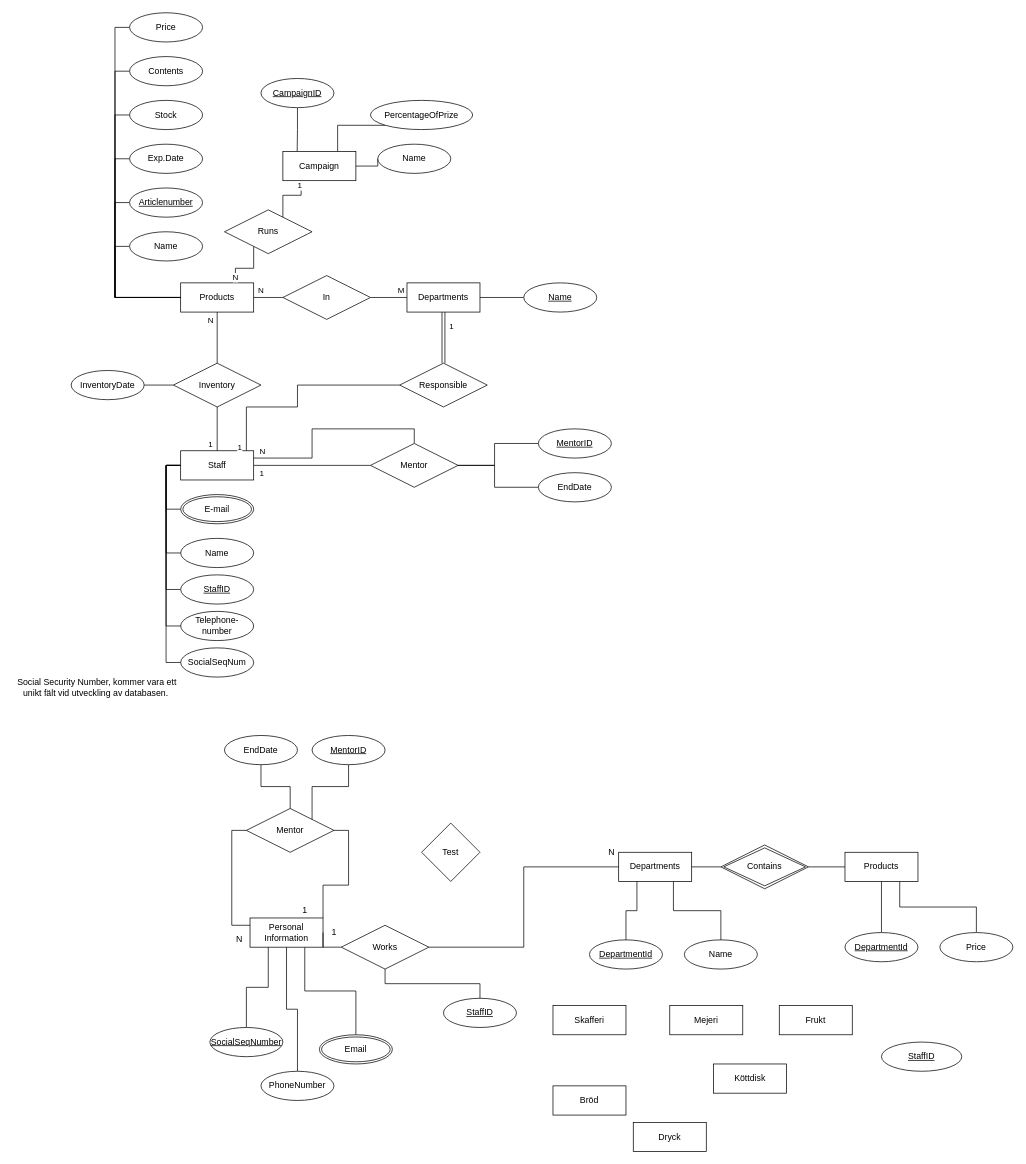
A-Lord/G5ERDIAG keeps this draw.io diagram as sojas.drawio. Above is the earlier version. Source tidied: cells renumbered, new cells numbered last; positions are measured from the earlier drawing's top-left corner, leaving out a move shared by most shapes. Both pictures are drawn from the tidied source at 73%, with x=0, y=0 at pixel (12, 12).
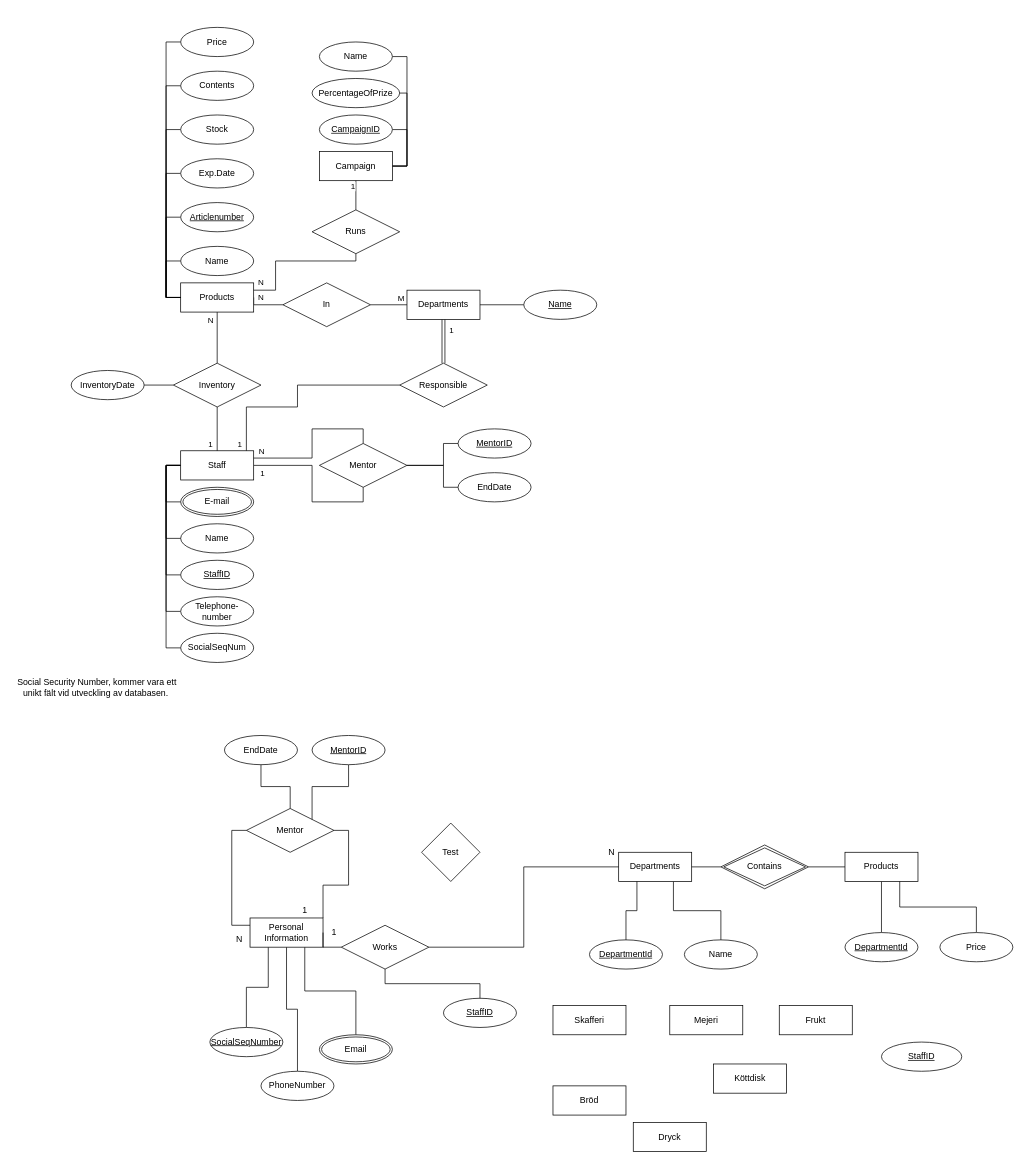
After the change.

Unchanged cells that the change refers to:
```xml
<mxCell id="54" value="Staff" style="whiteSpace=wrap;html=1;align=center;" parent="1" vertex="1">
  <mxGeometry x="230" y="600" width="100" height="40" as="geometry" />
</mxCell>
<mxCell id="76" value="Products" style="whiteSpace=wrap;html=1;align=center;hachureGap=4;" parent="1" vertex="1">
  <mxGeometry x="230" y="370" width="100" height="40" as="geometry" />
</mxCell>
<mxCell id="82" style="edgeStyle=orthogonalEdgeStyle;rounded=0;jettySize=auto;html=1;exitX=0;exitY=0.5;exitDx=0;exitDy=0;endArrow=none;endFill=0;sourcePerimeterSpacing=8;targetPerimeterSpacing=8;" parent="1" edge="1" source="84">
  <mxGeometry relative="1" as="geometry">
    <mxPoint x="320" y="600" as="targetPoint" />
    <Array as="points">
      <mxPoint x="390" y="510" />
      <mxPoint x="390" y="540" />
      <mxPoint x="320" y="540" />
    </Array>
  </mxGeometry>
</mxCell>
```

What changed in the source:
```diff
@@
     <mxCell id="47" value="Name" style="ellipse;whiteSpace=wrap;html=1;align=center;" parent="1" vertex="1">
-      <mxGeometry x="230" y="720" width="100" height="40" as="geometry" />
+      <mxGeometry x="230" y="700" width="100" height="40" as="geometry" />
     </mxCell>
-    <mxCell id="48" style="edgeStyle=orthogonalEdgeStyle;rounded=0;jettySize=auto;html=1;exitX=1;exitY=0.5;exitDx=0;exitDy=0;entryX=0;entryY=0.5;entryDx=0;entryDy=0;endArrow=none;endFill=0;" parent="1" edge="1" source="54" target="60">
-      <mxGeometry relative="1" as="geometry" />
+    <mxCell id="48" style="edgeStyle=orthogonalEdgeStyle;rounded=0;jettySize=auto;html=1;exitX=1;exitY=0.5;exitDx=0;exitDy=0;entryX=0.5;entryY=1;entryDx=0;entryDy=0;endArrow=none;endFill=0;" parent="1" edge="1" source="54" target="60">
+      <mxGeometry relative="1" as="geometry">
+        <Array as="points">
+          <mxPoint x="410" y="620" />
+          <mxPoint x="410" y="670" />
+          <mxPoint x="480" y="670" />
+        </Array>
+      </mxGeometry>
     </mxCell>
     <mxCell id="49" value="1" style="edgeLabel;html=1;align=center;verticalAlign=middle;" parent="48" vertex="1">
       <mxGeometry x="-0.82" y="1" relative="1" as="geometry">
-        <mxPoint x="-4" y="11" as="offset" />
+        <mxPoint x="-9" y="11" as="offset" />
       </mxGeometry>
     </mxCell>
     <mxCell id="50" style="edgeStyle=orthogonalEdgeStyle;rounded=0;jettySize=auto;html=1;entryX=0;entryY=0.5;entryDx=0;entryDy=0;endArrow=none;endFill=0;" parent="1" edge="1" target="55">
       <mxGeometry relative="1" as="geometry">
         <mxPoint x="230" y="620" as="sourcePoint" />
         <Array as="points">
-          <mxPoint x="230" y="620" />
           <mxPoint x="210" y="620" />
-          <mxPoint x="210" y="790" />
+          <mxPoint x="210" y="770" />
         </Array>
       </mxGeometry>
     </mxCell>
     <mxCell id="51" style="edgeStyle=orthogonalEdgeStyle;rounded=0;jettySize=auto;html=1;exitX=0;exitY=0.5;exitDx=0;exitDy=0;entryX=0;entryY=0.5;entryDx=0;entryDy=0;endArrow=none;endFill=0;" parent="1" edge="1" source="54" target="47">
       <mxGeometry relative="1" as="geometry">
         <Array as="points">
           <mxPoint x="210" y="620" />
-          <mxPoint x="210" y="740" />
+          <mxPoint x="210" y="720" />
         </Array>
       </mxGeometry>
     </mxCell>
@@
-    <mxCell id="53" style="edgeStyle=orthogonalEdgeStyle;rounded=0;jettySize=auto;html=1;exitX=0;exitY=0.5;exitDx=0;exitDy=0;entryX=1;entryY=0.5;entryDx=0;entryDy=0;endArrow=none;endFill=0;" parent="1" edge="1" source="54" target="61">
+    <mxCell id="53" style="edgeStyle=orthogonalEdgeStyle;rounded=0;jettySize=auto;html=1;exitX=0;exitY=0.5;exitDx=0;exitDy=0;entryX=0;entryY=0.5;entryDx=0;entryDy=0;endArrow=none;endFill=0;" parent="1" edge="1" source="54" target="61">
       <mxGeometry relative="1" as="geometry">
         <Array as="points">
           <mxPoint x="210" y="620" />
-          <mxPoint x="210" y="840" />
+          <mxPoint x="210" y="820" />
         </Array>
       </mxGeometry>
     </mxCell>
@@
     <mxCell id="55" value="StaffID" style="ellipse;whiteSpace=wrap;html=1;align=center;fontStyle=4;" parent="1" vertex="1">
-      <mxGeometry x="230" y="770" width="100" height="40" as="geometry" />
+      <mxGeometry x="230" y="750" width="100" height="40" as="geometry" />
     </mxCell>
     <mxCell id="56" value="E-mail" style="ellipse;shape=doubleEllipse;margin=3;whiteSpace=wrap;html=1;align=center;" parent="1" vertex="1">
-      <mxGeometry x="230" y="660" width="100" height="40" as="geometry" />
+      <mxGeometry x="230" y="650" width="100" height="40" as="geometry" />
     </mxCell>
     <mxCell id="57" style="edgeStyle=orthogonalEdgeStyle;rounded=0;jettySize=auto;html=1;exitX=0.5;exitY=0;exitDx=0;exitDy=0;endArrow=none;endFill=0;entryX=1;entryY=0.25;entryDx=0;entryDy=0;" parent="1" edge="1" source="60" target="54">
       <mxGeometry relative="1" as="geometry">
         <Array as="points">
-          <mxPoint x="550" y="570" />
+          <mxPoint x="480" y="570" />
           <mxPoint x="410" y="570" />
           <mxPoint x="410" y="610" />
         </Array>
       </mxGeometry>
     </mxCell>
     <mxCell id="58" value="N" style="edgeLabel;html=1;align=center;verticalAlign=middle;" parent="57" vertex="1">
       <mxGeometry x="0.58" y="-1" relative="1" as="geometry">
-        <mxPoint x="-48" y="-9" as="offset" />
+        <mxPoint x="-34" y="-9" as="offset" />
       </mxGeometry>
     </mxCell>
     <mxCell id="59" style="edgeStyle=orthogonalEdgeStyle;rounded=0;jettySize=auto;html=1;exitX=1;exitY=0.5;exitDx=0;exitDy=0;entryX=0;entryY=0.5;entryDx=0;entryDy=0;endArrow=none;endFill=0;" parent="1" edge="1" source="60" target="62">
       <mxGeometry relative="1" as="geometry">
         <Array as="points">
-          <mxPoint x="660" y="620" />
-          <mxPoint x="660" y="590" />
+          <mxPoint x="590" y="620" />
+          <mxPoint x="590" y="590" />
         </Array>
       </mxGeometry>
     </mxCell>
     <mxCell id="60" value="Mentor" style="shape=rhombus;perimeter=rhombusPerimeter;whiteSpace=wrap;html=1;align=center;" parent="1" vertex="1">
-      <mxGeometry x="490" y="590" width="120" height="60" as="geometry" />
+      <mxGeometry x="420" y="590" width="120" height="60" as="geometry" />
     </mxCell>
     <mxCell id="61" value="Telephone-number" style="ellipse;whiteSpace=wrap;html=1;align=center;" parent="1" vertex="1">
-      <mxGeometry x="230" y="820" width="100" height="40" as="geometry" />
+      <mxGeometry x="230" y="800" width="100" height="40" as="geometry" />
     </mxCell>
     <mxCell id="62" value="MentorID" style="ellipse;whiteSpace=wrap;html=1;align=center;fontStyle=4;hachureGap=4;" parent="1" vertex="1">
-      <mxGeometry x="720" y="570" width="100" height="40" as="geometry" />
+      <mxGeometry x="610" y="570" width="100" height="40" as="geometry" />
     </mxCell>
     <mxCell id="63" style="edgeStyle=orthogonalEdgeStyle;rounded=0;jettySize=auto;html=1;exitX=0;exitY=0.5;exitDx=0;exitDy=0;entryX=1;entryY=0.5;entryDx=0;entryDy=0;endArrow=none;endFill=0;sourcePerimeterSpacing=8;targetPerimeterSpacing=8;" parent="1" edge="1" source="64" target="60">
       <mxGeometry relative="1" as="geometry">
         <Array as="points">
-          <mxPoint x="660" y="650" />
-          <mxPoint x="660" y="620" />
+          <mxPoint x="590" y="650" />
+          <mxPoint x="590" y="620" />
         </Array>
       </mxGeometry>
     </mxCell>
     <mxCell id="64" value="EndDate" style="ellipse;whiteSpace=wrap;html=1;align=center;hachureGap=4;" parent="1" vertex="1">
-      <mxGeometry x="720" y="630" width="100" height="40" as="geometry" />
+      <mxGeometry x="610" y="630" width="100" height="40" as="geometry" />
     </mxCell>
@@
     <mxCell id="69" value="Departments" style="whiteSpace=wrap;html=1;align=center;hachureGap=4;" parent="1" vertex="1">
-      <mxGeometry x="540" y="370" width="100" height="40" as="geometry" />
+      <mxGeometry x="540" y="380" width="100" height="40" as="geometry" />
     </mxCell>
-    <mxCell id="70" style="edgeStyle=orthogonalEdgeStyle;rounded=0;jettySize=auto;html=1;exitX=1;exitY=0.5;exitDx=0;exitDy=0;endArrow=none;endFill=0;entryX=0;entryY=0.5;entryDx=0;entryDy=0;" parent="1" edge="1" source="71" target="54">
+    <mxCell id="70" style="edgeStyle=orthogonalEdgeStyle;rounded=0;jettySize=auto;html=1;exitX=0;exitY=0.5;exitDx=0;exitDy=0;endArrow=none;endFill=0;entryX=0;entryY=0.5;entryDx=0;entryDy=0;" parent="1" edge="1" source="71" target="54">
       <mxGeometry relative="1" as="geometry">
         <Array as="points">
-          <mxPoint x="210" y="890" />
+          <mxPoint x="210" y="870" />
           <mxPoint x="210" y="620" />
         </Array>
       </mxGeometry>
     </mxCell>
     <mxCell id="71" value="SocialSeqNum" style="ellipse;whiteSpace=wrap;html=1;align=center;" parent="1" vertex="1">
-      <mxGeometry x="230" y="870" width="100" height="40" as="geometry" />
+      <mxGeometry x="230" y="850" width="100" height="40" as="geometry" />
     </mxCell>
@@
-    <mxCell id="74" value="N" style="edgeStyle=orthogonalEdgeStyle;rounded=0;jettySize=auto;html=1;exitX=1;exitY=0.5;exitDx=0;exitDy=0;entryX=0;entryY=0.5;entryDx=0;entryDy=0;endArrow=none;endFill=0;" parent="1" edge="1" source="76" target="86">
-      <mxGeometry x="-0.5" y="10" relative="1" as="geometry" />
+    <mxCell id="74" value="N" style="edgeStyle=orthogonalEdgeStyle;rounded=0;jettySize=auto;html=1;entryX=0;entryY=0.5;entryDx=0;entryDy=0;endArrow=none;endFill=0;exitX=1;exitY=0.5;exitDx=0;exitDy=0;" parent="1" edge="1" source="76" target="86">
+      <mxGeometry x="-0.2" y="10" relative="1" as="geometry">
+        <Array as="points">
+          <mxPoint x="330" y="400" />
+        </Array>
+      </mxGeometry>
     </mxCell>
@@
     <mxCell id="83" value="1" style="edgeLabel;html=1;align=center;verticalAlign=middle;" parent="82" vertex="1">
       <mxGeometry x="0.82" y="2" relative="1" as="geometry">
-        <mxPoint x="-12" y="22" as="offset" />
+        <mxPoint x="-12" y="18" as="offset" />
       </mxGeometry>
     </mxCell>
@@
     <mxCell id="85" value="Name" style="ellipse;whiteSpace=wrap;html=1;align=center;" parent="1" vertex="1">
-      <mxGeometry x="160" y="300" width="100" height="40" as="geometry" />
+      <mxGeometry x="230" y="320" width="100" height="40" as="geometry" />
     </mxCell>
     <mxCell id="86" value="In" style="shape=rhombus;perimeter=rhombusPerimeter;whiteSpace=wrap;html=1;align=center;" parent="1" vertex="1">
-      <mxGeometry x="370" y="360" width="120" height="60" as="geometry" />
+      <mxGeometry x="370" y="370" width="120" height="60" as="geometry" />
     </mxCell>
@@
     <mxCell id="89" value="Exp.Date" style="ellipse;whiteSpace=wrap;html=1;align=center;" parent="1" vertex="1">
-      <mxGeometry x="160" y="180" width="100" height="40" as="geometry" />
+      <mxGeometry x="230" y="200" width="100" height="40" as="geometry" />
     </mxCell>
@@
     <mxCell id="91" value="Name" style="ellipse;whiteSpace=wrap;html=1;align=center;fontStyle=4;" parent="1" vertex="1">
-      <mxGeometry x="700" y="370" width="100" height="40" as="geometry" />
+      <mxGeometry x="700" y="380" width="100" height="40" as="geometry" />
     </mxCell>
     <mxCell id="92" value="Articlenumber" style="ellipse;whiteSpace=wrap;html=1;align=center;fontStyle=4;" parent="1" vertex="1">
-      <mxGeometry x="160" y="240" width="100" height="40" as="geometry" />
+      <mxGeometry x="230" y="260" width="100" height="40" as="geometry" />
     </mxCell>
@@
     <mxCell id="94" value="Stock" style="ellipse;whiteSpace=wrap;html=1;align=center;" parent="1" vertex="1">
-      <mxGeometry x="160" y="120" width="100" height="40" as="geometry" />
+      <mxGeometry x="230" y="140" width="100" height="40" as="geometry" />
     </mxCell>
@@
     <mxCell id="96" value="Price" style="ellipse;whiteSpace=wrap;html=1;align=center;" parent="1" vertex="1">
-      <mxGeometry x="160" width="100" height="40" as="geometry" />
+      <mxGeometry x="230" y="20" width="100" height="40" as="geometry" />
     </mxCell>
@@
     <mxCell id="98" value="Contents" style="ellipse;whiteSpace=wrap;html=1;align=center;" parent="1" vertex="1">
-      <mxGeometry x="160" y="60" width="100" height="40" as="geometry" />
+      <mxGeometry x="230" y="80" width="100" height="40" as="geometry" />
     </mxCell>
-    <mxCell id="99" style="edgeStyle=orthogonalEdgeStyle;rounded=0;jettySize=auto;html=1;exitX=0.5;exitY=1;exitDx=0;exitDy=0;entryX=0.196;entryY=0;entryDx=0;entryDy=0;entryPerimeter=0;endArrow=none;endFill=0;sourcePerimeterSpacing=8;targetPerimeterSpacing=8;" parent="1" edge="1" source="108" target="102">
-      <mxGeometry relative="1" as="geometry" />
+    <mxCell id="99" style="edgeStyle=orthogonalEdgeStyle;rounded=0;jettySize=auto;html=1;exitX=1;exitY=0.5;exitDx=0;exitDy=0;entryX=1;entryY=0.5;entryDx=0;entryDy=0;endArrow=none;endFill=0;sourcePerimeterSpacing=8;targetPerimeterSpacing=8;" parent="1" edge="1" source="108" target="102">
+      <mxGeometry relative="1" as="geometry">
+        <Array as="points">
+          <mxPoint x="540" y="160" />
+          <mxPoint x="540" y="210" />
+        </Array>
+      </mxGeometry>
     </mxCell>
-    <mxCell id="100" value="N" style="edgeStyle=orthogonalEdgeStyle;rounded=0;jettySize=auto;html=1;exitX=0.25;exitY=1;exitDx=0;exitDy=0;entryX=0.75;entryY=0;entryDx=0;entryDy=0;endArrow=none;endFill=0;targetPerimeterSpacing=8;startArrow=none;" parent="1" edge="1" source="105" target="76">
-      <mxGeometry x="0.83" relative="1" as="geometry">
-        <mxPoint y="-1" as="offset" />
+    <mxCell id="100" value="N" style="edgeStyle=orthogonalEdgeStyle;rounded=0;jettySize=auto;html=1;exitX=0.5;exitY=1;exitDx=0;exitDy=0;entryX=1;entryY=0.25;entryDx=0;entryDy=0;endArrow=none;endFill=0;targetPerimeterSpacing=8;startArrow=none;" parent="1" edge="1" source="105" target="76">
+      <mxGeometry x="0.89" y="-10" relative="1" as="geometry">
+        <Array as="points">
+          <mxPoint x="470" y="340" />
+          <mxPoint x="360" y="340" />
+          <mxPoint x="360" y="380" />
+        </Array>
       </mxGeometry>
     </mxCell>
-    <mxCell id="101" style="edgeStyle=orthogonalEdgeStyle;rounded=0;jettySize=auto;html=1;exitX=1;exitY=0.5;exitDx=0;exitDy=0;entryX=0;entryY=0.5;entryDx=0;entryDy=0;endArrow=none;endFill=0;sourcePerimeterSpacing=8;targetPerimeterSpacing=8;" parent="1" edge="1" source="102" target="109">
-      <mxGeometry relative="1" as="geometry" />
+    <mxCell id="101" style="edgeStyle=orthogonalEdgeStyle;rounded=0;jettySize=auto;html=1;exitX=1;exitY=0.5;exitDx=0;exitDy=0;entryX=1;entryY=0.5;entryDx=0;entryDy=0;endArrow=none;endFill=0;sourcePerimeterSpacing=8;targetPerimeterSpacing=8;" parent="1" edge="1" source="102" target="109">
+      <mxGeometry relative="1" as="geometry">
+        <Array as="points">
+          <mxPoint x="540" y="210" />
+          <mxPoint x="540" y="60" />
+        </Array>
+      </mxGeometry>
     </mxCell>
     <mxCell id="102" value="Campaign" style="whiteSpace=wrap;html=1;align=center;hachureGap=4;" parent="1" vertex="1">
-      <mxGeometry x="370" y="190" width="100" height="40" as="geometry" />
+      <mxGeometry x="420" y="190" width="100" height="40" as="geometry" />
     </mxCell>
-    <mxCell id="103" style="edgeStyle=orthogonalEdgeStyle;rounded=0;jettySize=auto;html=1;exitX=0;exitY=1;exitDx=0;exitDy=0;entryX=0.75;entryY=0;entryDx=0;entryDy=0;endArrow=none;endFill=0;sourcePerimeterSpacing=8;targetPerimeterSpacing=8;" parent="1" edge="1" source="104" target="102">
-      <mxGeometry relative="1" as="geometry" />
+    <mxCell id="103" style="edgeStyle=orthogonalEdgeStyle;rounded=0;jettySize=auto;html=1;exitX=1;exitY=0.5;exitDx=0;exitDy=0;entryX=1;entryY=0.5;entryDx=0;entryDy=0;endArrow=none;endFill=0;sourcePerimeterSpacing=8;targetPerimeterSpacing=8;" parent="1" edge="1" source="104" target="102">
+      <mxGeometry relative="1" as="geometry">
+        <Array as="points">
+          <mxPoint x="540" y="110" />
+          <mxPoint x="540" y="210" />
+        </Array>
+      </mxGeometry>
     </mxCell>
     <mxCell id="104" value="PercentageOfPrize" style="ellipse;whiteSpace=wrap;html=1;align=center;hachureGap=4;" parent="1" vertex="1">
-      <mxGeometry x="490" y="120" width="140" height="40" as="geometry" />
+      <mxGeometry x="410" y="90" width="120" height="40" as="geometry" />
     </mxCell>
     <mxCell id="105" value="Runs" style="shape=rhombus;perimeter=rhombusPerimeter;whiteSpace=wrap;html=1;align=center;hachureGap=4;" parent="1" vertex="1">
-      <mxGeometry x="290" y="270" width="120" height="60" as="geometry" />
+      <mxGeometry x="410" y="270" width="120" height="60" as="geometry" />
     </mxCell>
-    <mxCell id="106" style="edgeStyle=orthogonalEdgeStyle;rounded=0;jettySize=auto;html=1;exitX=0.25;exitY=1;exitDx=0;exitDy=0;entryX=0.75;entryY=0;entryDx=0;entryDy=0;endArrow=none;endFill=0;sourcePerimeterSpacing=8;" parent="1" edge="1" source="102" target="105">
+    <mxCell id="106" style="edgeStyle=orthogonalEdgeStyle;rounded=0;jettySize=auto;html=1;exitX=0.5;exitY=1;exitDx=0;exitDy=0;entryX=0.5;entryY=0;entryDx=0;entryDy=0;endArrow=none;endFill=0;sourcePerimeterSpacing=8;" parent="1" edge="1" source="102" target="105">
       <mxGeometry x="0.83" relative="1" as="geometry">
         <mxPoint y="-1" as="offset" />
       </mxGeometry>
     </mxCell>
     <mxCell id="107" value="1" style="edgeLabel;html=1;align=center;verticalAlign=middle;" parent="106" vertex="1">
-      <mxGeometry x="-0.84" y="-3" relative="1" as="geometry" />
+      <mxGeometry x="-0.84" y="-3" relative="1" as="geometry">
+        <mxPoint x="-2" y="4" as="offset" />
+      </mxGeometry>
     </mxCell>
     <mxCell id="108" value="CampaignID" style="ellipse;whiteSpace=wrap;html=1;align=center;fontStyle=4;hachureGap=4;" parent="1" vertex="1">
-      <mxGeometry x="340" y="90" width="100" height="40" as="geometry" />
+      <mxGeometry x="420" y="140" width="100" height="40" as="geometry" />
     </mxCell>
     <mxCell id="109" value="Name" style="ellipse;whiteSpace=wrap;html=1;align=center;hachureGap=4;" parent="1" vertex="1">
-      <mxGeometry x="500" y="180" width="100" height="40" as="geometry" />
+      <mxGeometry x="420" y="40" width="100" height="40" as="geometry" />
     </mxCell>
```
